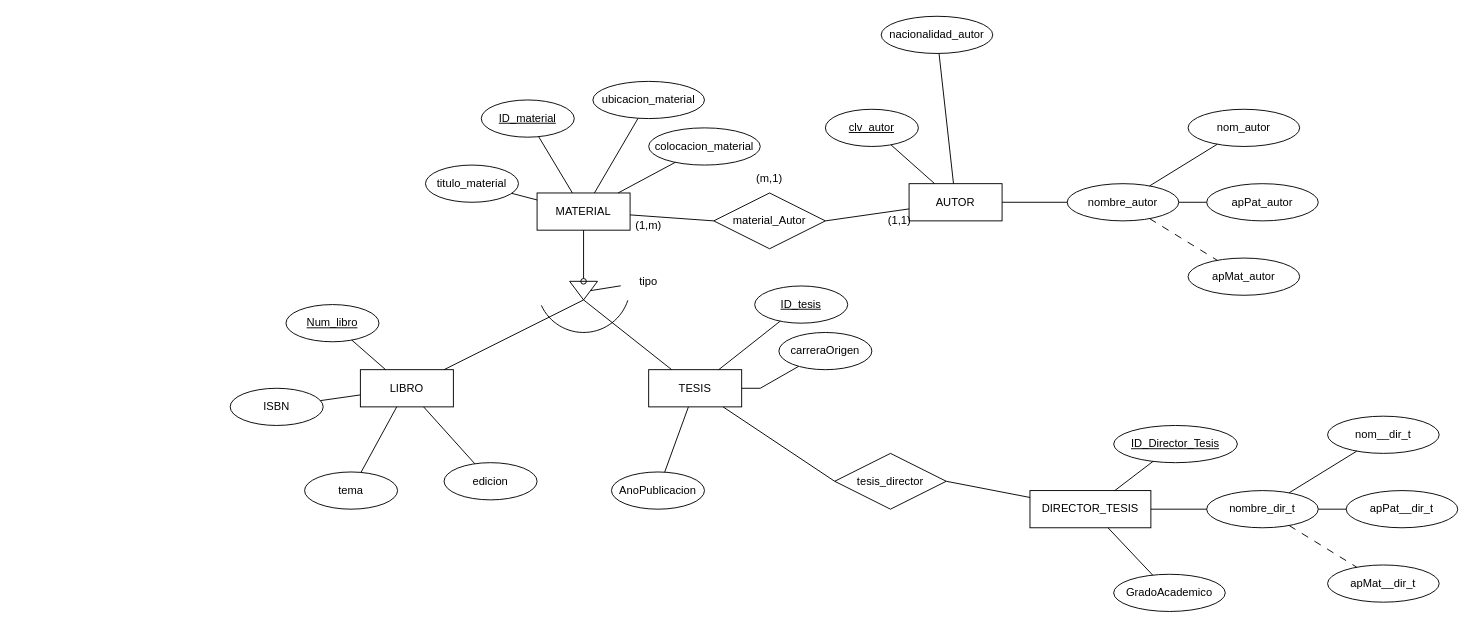
This is Diagra_Conceptual_BD_Biblioteca.drawio from FernandoREX/BD_Biblioteca, a draw.io file, before an edit. Source tidied: cells renumbered, new cells numbered last; positions are measured from the earlier drawing's top-left corner, leaving out a move shared by most shapes. Both pictures are drawn from the tidied source at 93%, with x=0, y=0 at pixel (230, 16).
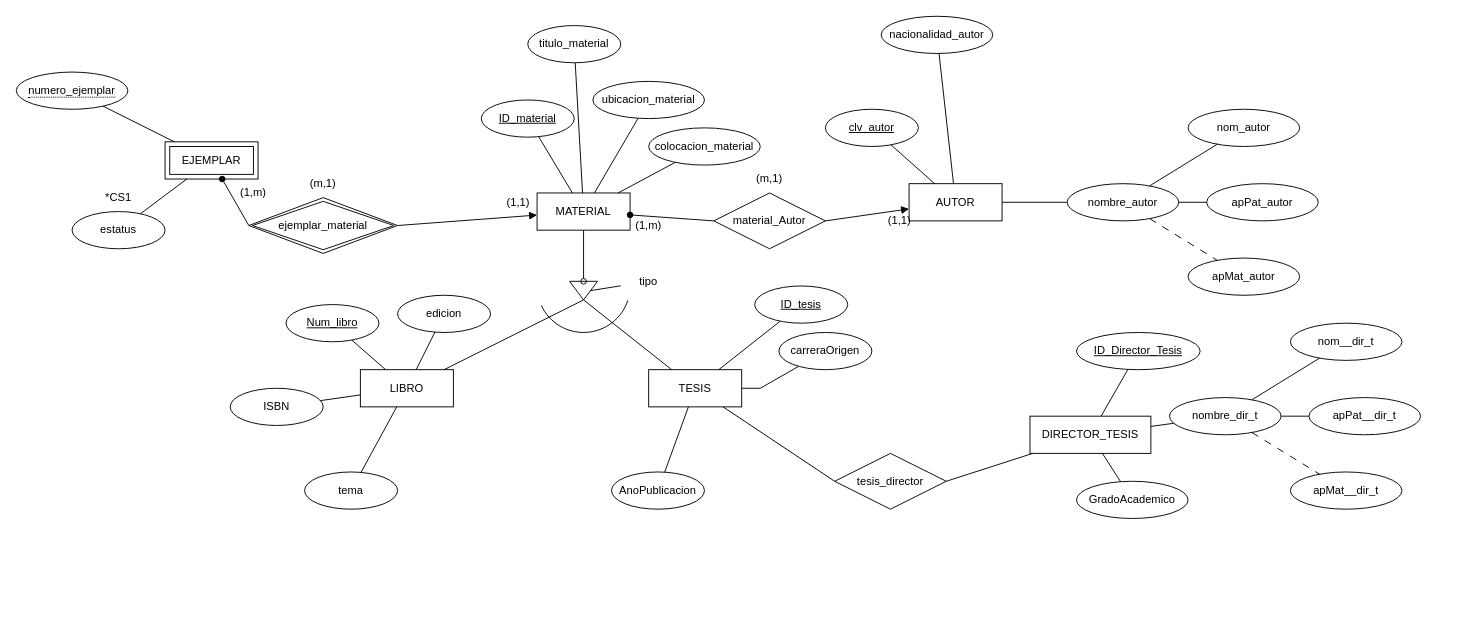
The same page after the edit.

Unchanged cells that the change refers to:
```xml
<mxCell id="2" value="MATERIAL" style="whiteSpace=wrap;html=1;align=center;" parent="1" vertex="1">
  <mxGeometry x="330" y="190" width="100" height="40" as="geometry" />
</mxCell>
<mxCell id="11" value="AUTOR" style="whiteSpace=wrap;html=1;align=center;" parent="1" vertex="1">
  <mxGeometry x="730" y="180" width="100" height="40" as="geometry" />
</mxCell>
<mxCell id="24" value="material_Autor" style="shape=rhombus;perimeter=rhombusPerimeter;whiteSpace=wrap;html=1;align=center;" parent="1" vertex="1">
  <mxGeometry x="520" y="190" width="120" height="60" as="geometry" />
</mxCell>
```

The edit, as a diff of the source:
```diff
@@
     <mxCell id="5" value="titulo_material" style="ellipse;whiteSpace=wrap;html=1;align=center;" parent="1" vertex="1">
-      <mxGeometry x="210" y="160" width="100" height="40" as="geometry" />
+      <mxGeometry x="320" y="10" width="100" height="40" as="geometry" />
     </mxCell>
@@
-    <mxCell id="25" style="endArrow=none;html=1;rounded=0;entryX=0;entryY=0.5;entryDx=0;entryDy=0;" parent="1" edge="1" source="2" target="24">
+    <mxCell id="25" style="endArrow=none;html=1;rounded=0;entryX=0;entryY=0.5;entryDx=0;entryDy=0;startArrow=oval;startFill=1;" parent="1" edge="1" source="2" target="24">
       <mxGeometry relative="1" as="geometry" />
     </mxCell>
-    <mxCell id="26" style="endArrow=none;html=1;rounded=0;entryX=1;entryY=0.5;entryDx=0;entryDy=0;" parent="1" edge="1" source="11" target="24">
+    <mxCell id="26" style="endArrow=none;html=1;rounded=0;entryX=1;entryY=0.5;entryDx=0;entryDy=0;startArrow=block;startFill=1;" parent="1" edge="1" source="11" target="24">
       <mxGeometry relative="1" as="geometry" />
     </mxCell>
@@
     <mxCell id="33" value="edicion" style="ellipse;whiteSpace=wrap;html=1;align=center;" parent="1" vertex="1">
-      <mxGeometry x="230" y="480" width="100" height="40" as="geometry" />
+      <mxGeometry x="180" y="300" width="100" height="40" as="geometry" />
     </mxCell>
@@
     <mxCell id="53" value="DIRECTOR_TESIS" style="whiteSpace=wrap;html=1;align=center;" parent="1" vertex="1">
-      <mxGeometry x="860" y="510" width="130" height="40" as="geometry" />
+      <mxGeometry x="860" y="430" width="130" height="40" as="geometry" />
     </mxCell>
     <mxCell id="54" value="&lt;u&gt;ID_Director_Tesis&lt;br&gt;&lt;/u&gt;" style="ellipse;whiteSpace=wrap;html=1;align=center;" parent="1" vertex="1">
-      <mxGeometry x="950" y="440" width="133" height="40" as="geometry" />
+      <mxGeometry x="910" y="340" width="133" height="40" as="geometry" />
     </mxCell>
     <mxCell id="55" value="nombre_dir_t" style="ellipse;whiteSpace=wrap;html=1;align=center;" parent="1" vertex="1">
-      <mxGeometry x="1050" y="510" width="120" height="40" as="geometry" />
+      <mxGeometry x="1010" y="410" width="120" height="40" as="geometry" />
     </mxCell>
     <mxCell id="56" value="apMat__dir_t" style="ellipse;whiteSpace=wrap;html=1;align=center;" parent="1" vertex="1">
-      <mxGeometry x="1180" y="590" width="120" height="40" as="geometry" />
+      <mxGeometry x="1140" y="490" width="120" height="40" as="geometry" />
     </mxCell>
     <mxCell id="57" value="apPat__dir_t" style="ellipse;whiteSpace=wrap;html=1;align=center;" parent="1" vertex="1">
-      <mxGeometry x="1200" y="510" width="120" height="40" as="geometry" />
+      <mxGeometry x="1160" y="410" width="120" height="40" as="geometry" />
     </mxCell>
     <mxCell id="58" value="nom__dir_t" style="ellipse;whiteSpace=wrap;html=1;align=center;" parent="1" vertex="1">
-      <mxGeometry x="1180" y="430" width="120" height="40" as="geometry" />
+      <mxGeometry x="1140" y="330" width="120" height="40" as="geometry" />
     </mxCell>
@@
     <mxCell id="62" value="GradoAcademico" style="ellipse;whiteSpace=wrap;html=1;align=center;" parent="1" vertex="1">
-      <mxGeometry x="950" y="600" width="120" height="40" as="geometry" />
+      <mxGeometry x="910" y="500" width="120" height="40" as="geometry" />
     </mxCell>
@@
+    <mxCell id="69" value="EJEMPLAR" style="shape=ext;margin=3;double=1;whiteSpace=wrap;html=1;align=center;" parent="1" vertex="1">
+      <mxGeometry x="-70" y="135" width="100" height="40" as="geometry" />
+    </mxCell>
+    <mxCell id="70" value="&lt;span style=&quot;border-bottom: 1px dotted&quot;&gt;numero_ejemplar&lt;/span&gt;" style="ellipse;whiteSpace=wrap;html=1;align=center;" parent="1" vertex="1">
+      <mxGeometry x="-230" y="60" width="120" height="40" as="geometry" />
+    </mxCell>
+    <mxCell id="71" value="estatus" style="ellipse;whiteSpace=wrap;html=1;align=center;" parent="1" vertex="1">
+      <mxGeometry x="-170" y="210" width="100" height="40" as="geometry" />
+    </mxCell>
+    <mxCell id="72" style="endArrow=none;html=1;rounded=0;" parent="1" edge="1" source="69" target="70">
+      <mxGeometry relative="1" as="geometry" />
+    </mxCell>
+    <mxCell id="73" style="endArrow=none;html=1;rounded=0;" parent="1" edge="1" source="69" target="71">
+      <mxGeometry relative="1" as="geometry" />
+    </mxCell>
+    <mxCell id="74" value="*CS1" style="text;strokeColor=none;align=center;fillColor=none;html=1;verticalAlign=middle;whiteSpace=wrap;rounded=0;" parent="1" vertex="1">
+      <mxGeometry x="-150" y="180" width="60" height="30" as="geometry" />
+    </mxCell>
+    <mxCell id="75" value="ejemplar_material" style="shape=rhombus;double=1;perimeter=rhombusPerimeter;whiteSpace=wrap;html=1;align=center;" parent="1" vertex="1">
+      <mxGeometry x="20" y="195" width="160" height="60" as="geometry" />
+    </mxCell>
+    <mxCell id="76" style="endArrow=none;html=1;rounded=0;entryX=0;entryY=0.5;entryDx=0;entryDy=0;endFill=0;startArrow=oval;startFill=1;" parent="1" edge="1" source="69" target="75">
+      <mxGeometry relative="1" as="geometry" />
+    </mxCell>
+    <mxCell id="77" style="endArrow=none;html=1;rounded=0;entryX=1;entryY=0.5;entryDx=0;entryDy=0;endFill=0;startArrow=block;startFill=1;" parent="1" edge="1" source="2" target="75">
+      <mxGeometry relative="1" as="geometry" />
+    </mxCell>
+    <mxCell id="78" value="(1,m)" style="text;strokeColor=none;align=center;fillColor=none;html=1;verticalAlign=middle;whiteSpace=wrap;rounded=0;" parent="1" vertex="1">
+      <mxGeometry x="-5" y="175" width="60" height="30" as="geometry" />
+    </mxCell>
+    <mxCell id="79" value="(1,1)" style="text;strokeColor=none;align=center;fillColor=none;html=1;verticalAlign=middle;whiteSpace=wrap;rounded=0;" parent="1" vertex="1">
+      <mxGeometry x="280" y="185" width="60" height="30" as="geometry" />
+    </mxCell>
+    <mxCell id="80" value="(m,1)" style="text;strokeColor=none;align=center;fillColor=none;html=1;verticalAlign=middle;whiteSpace=wrap;rounded=0;" parent="1" vertex="1">
+      <mxGeometry x="70" y="165" width="60" height="30" as="geometry" />
+    </mxCell>
```
